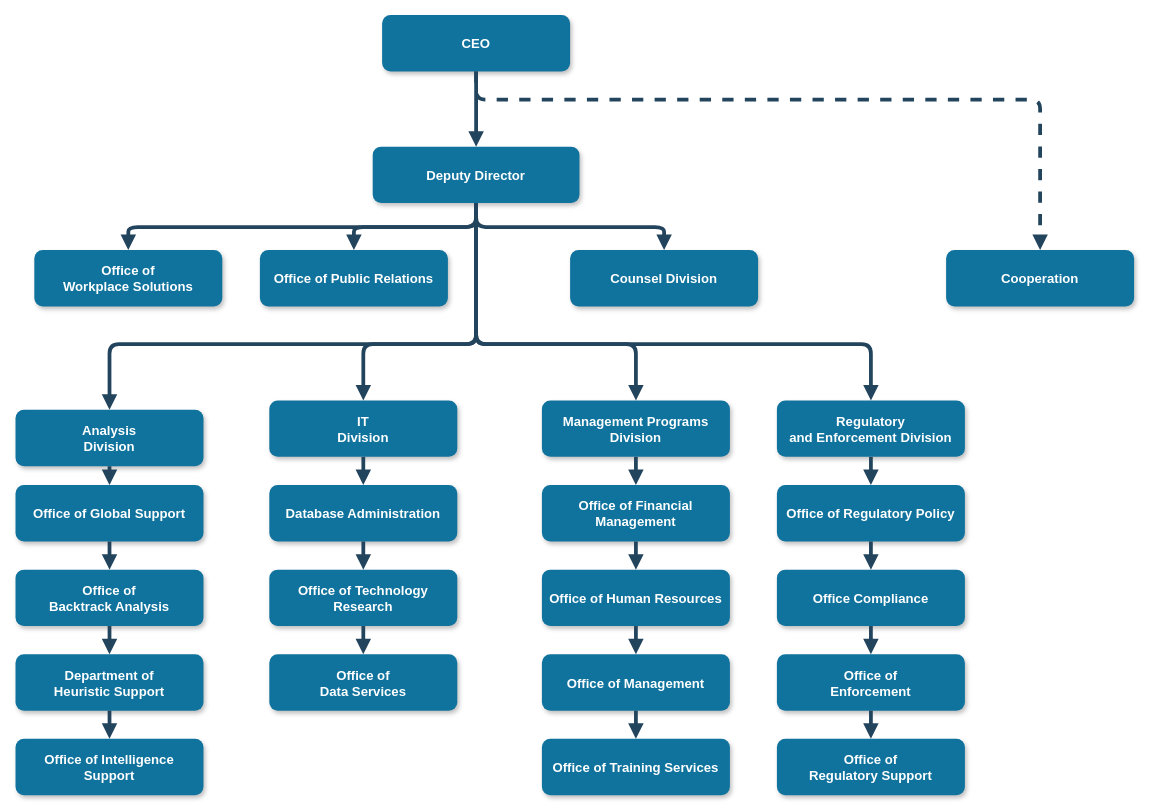
The draw.io diagram 名称未設定ファイル.drawio in minegishirei/draw_v1, before the edit. Source tidied: cells renumbered, new cells numbered last; positions are measured from the earlier drawing's top-left corner, leaving out a move shared by most shapes. Both pictures are drawn from the tidied source at 94%, with x=0, y=0 at pixel (15, 15).
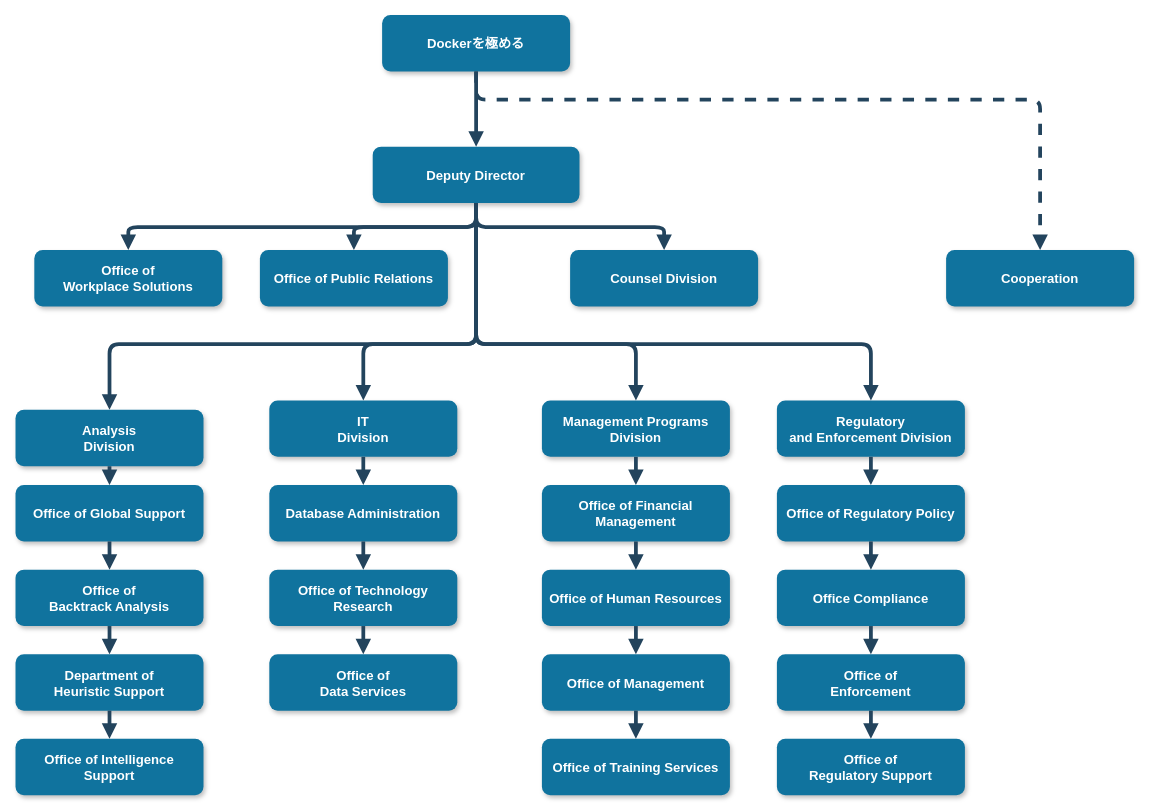
The same page after the edit.

Commit message:
名称未設定ファイル.drawio を更新します

Change to the diagram source:
```diff
@@
-    <mxCell id="2" value="CEO" style="rounded=1;fillColor=#10739E;strokeColor=none;shadow=1;gradientColor=none;fontStyle=1;fontColor=#FFFFFF;fontSize=14;" parent="1" vertex="1">
+    <mxCell id="2" value="Dockerを極める" style="rounded=1;fillColor=#10739E;strokeColor=none;shadow=1;gradientColor=none;fontStyle=1;fontColor=#FFFFFF;fontSize=14;" parent="1" vertex="1">
       <mxGeometry x="390" y="-0.5" width="200" height="60" as="geometry" />
     </mxCell>
```
